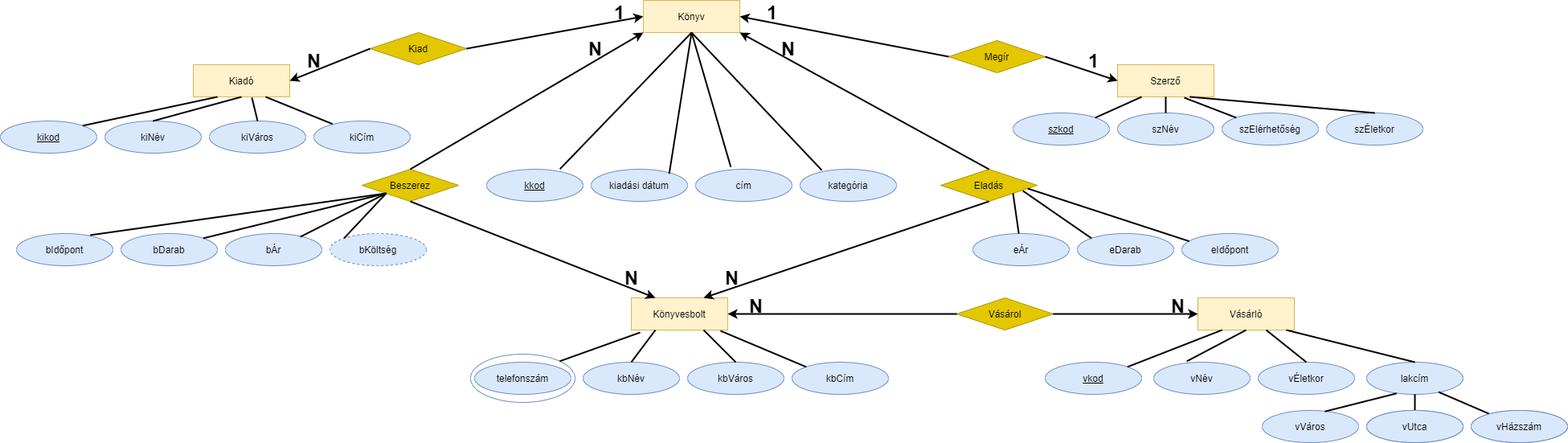
The draw.io diagram XMLTaskI3I4BP/ERI3I4BP.png in daninemcsik/I3I4BP_XMLGyak, before a commit. Source tidied: cells renumbered, new cells last; positions are measured from the earlier drawing's top-left corner, leaving out a move shared by most shapes.
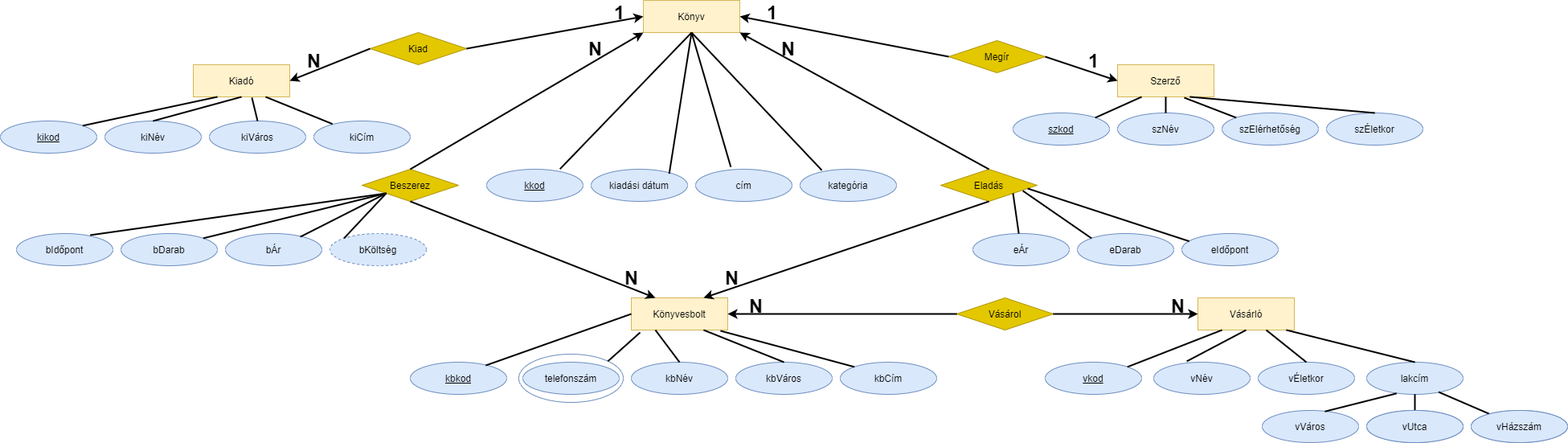
After the commit.

The edit, as a diff of the source:
```diff
@@ -114,13 +114,13 @@
       <mxGeometry relative="1" as="geometry" />
     </mxCell>
     <mxCell id="39" value="kbVáros" style="ellipse;whiteSpace=wrap;html=1;fontStyle=0;fillColor=#dae8fc;strokeColor=#6c8ebf;" parent="1" vertex="1">
-      <mxGeometry x="855" y="450" width="120" height="40" as="geometry" />
+      <mxGeometry x="915" y="450" width="120" height="40" as="geometry" />
     </mxCell>
     <mxCell id="40" value="kbCím" style="ellipse;whiteSpace=wrap;html=1;fillColor=#dae8fc;strokeColor=#6c8ebf;" parent="1" vertex="1">
-      <mxGeometry x="985" y="450" width="120" height="40" as="geometry" />
+      <mxGeometry x="1045" y="450" width="120" height="40" as="geometry" />
     </mxCell>
     <mxCell id="41" value="telefonszám" style="ellipse;whiteSpace=wrap;html=1;fillColor=#dae8fc;strokeColor=#6c8ebf;perimeterSpacing=0;" parent="1" vertex="1">
-      <mxGeometry x="590" y="450" width="120" height="40" as="geometry" />
+      <mxGeometry x="650" y="450" width="120" height="40" as="geometry" />
     </mxCell>
     <mxCell id="42" value="bIdőpont" style="ellipse;whiteSpace=wrap;html=1;fontStyle=0;fillColor=#dae8fc;strokeColor=#6c8ebf;" parent="1" vertex="1">
       <mxGeometry x="20" y="290" width="120" height="40" as="geometry" />
@@ -147,7 +147,7 @@
       <mxGeometry relative="1" as="geometry" />
     </mxCell>
     <mxCell id="50" value="kbNév" style="ellipse;whiteSpace=wrap;html=1;fontStyle=0;fillColor=#dae8fc;strokeColor=#6c8ebf;" parent="1" vertex="1">
-      <mxGeometry x="725" y="450" width="120" height="40" as="geometry" />
+      <mxGeometry x="785" y="450" width="120" height="40" as="geometry" />
     </mxCell>
     <mxCell id="51" style="endArrow=none;html=1;rounded=0;strokeWidth=2;entryX=0.25;entryY=1;entryDx=0;entryDy=0;exitX=0.5;exitY=0;exitDx=0;exitDy=0;" parent="1" edge="1" source="50" target="5">
       <mxGeometry relative="1" as="geometry" />
@@ -195,7 +195,7 @@
       <mxGeometry relative="1" as="geometry" />
     </mxCell>
     <mxCell id="66" style="ellipse;whiteSpace=wrap;html=1;fillColor=none;strokeColor=#6c8ebf;perimeterSpacing=0;strokeWidth=1;" parent="1" vertex="1">
-      <mxGeometry x="585" y="440" width="130" height="60" as="geometry" />
+      <mxGeometry x="645" y="440" width="130" height="60" as="geometry" />
     </mxCell>
     <mxCell id="67" value="vÉletkor" style="ellipse;whiteSpace=wrap;html=1;fontStyle=0;fillColor=#dae8fc;strokeColor=#6c8ebf;" parent="1" vertex="1">
       <mxGeometry x="1565" y="450" width="120" height="40" as="geometry" />
@@ -283,5 +283,11 @@
     <mxCell id="94" style="endArrow=none;html=1;rounded=0;strokeWidth=2;entryX=0.5;entryY=0;entryDx=0;entryDy=0;exitX=0.75;exitY=1;exitDx=0;exitDy=0;" parent="1" edge="1" source="3" target="93">
       <mxGeometry relative="1" as="geometry" />
     </mxCell>
+    <mxCell id="95" value="kbkod" style="ellipse;whiteSpace=wrap;html=1;fontStyle=4;fillColor=#dae8fc;strokeColor=#6c8ebf;" parent="1" vertex="1">
+      <mxGeometry x="510" y="450" width="120" height="40" as="geometry" />
+    </mxCell>
+    <mxCell id="96" style="endArrow=none;html=1;rounded=0;strokeWidth=2;entryX=0.783;entryY=0.1;entryDx=0;entryDy=0;exitX=0;exitY=0.5;exitDx=0;exitDy=0;entryPerimeter=0;" parent="1" edge="1" source="5" target="95">
+      <mxGeometry relative="1" as="geometry" />
+    </mxCell>
   </root>
 </mxGraphModel>
```
